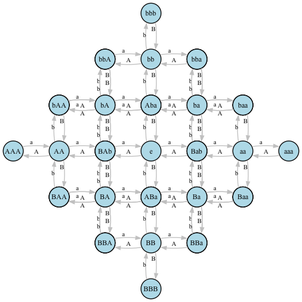
Above: graphs/f_2_(free_group)_r3.png in milly-pope/lamplighter (Graphviz), before the change. Its source is kept beside it as graphs/f_2_(free_group)_r3.dot.
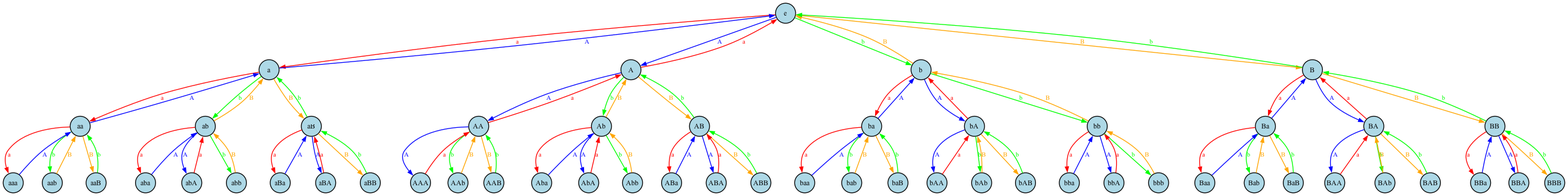
Later version of the same file.

The edit, as a diff of the source:
```diff
@@ -1,162 +1,162 @@
 digraph G {
-  layout=neato;
+  layout=dot;
+  rankdir=TB;
   node [shape=circle, style=filled, fillcolor=lightblue, width=0.35, fixedsize=true, fontsize=9];
-  edge [fontsize=8, color=gray, arrowsize=0.6];
-  v0 [label="e", pos="0.0,0.0!"];
-  v1 [label="a", pos="0.8,0.0!"];
-  v2 [label="A", pos="-0.8,0.0!"];
-  v3 [label="b", pos="0.0,0.8!"];
-  v4 [label="B", pos="0.0,-0.8!"];
-  v5 [label="aa", pos="1.6,0.0!"];
-  v6 [label="ab", pos="0.8,0.8!"];
-  v7 [label="aB", pos="0.8,-0.8!"];
-  v8 [label="AA", pos="-1.6,0.0!"];
-  v9 [label="Ab", pos="-0.8,0.8!"];
-  v10 [label="AB", pos="-0.8,-0.8!"];
-  v11 [label="ba", pos="0.8,0.8!"];
-  v12 [label="bA", pos="-0.8,0.8!"];
-  v13 [label="bb", pos="0.0,1.6!"];
-  v14 [label="Ba", pos="0.8,-0.8!"];
-  v15 [label="BA", pos="-0.8,-0.8!"];
-  v16 [label="BB", pos="0.0,-1.6!"];
-  v17 [label="aaa", pos="2.4000000000000004,0.0!"];
-  v18 [label="aab", pos="1.6,0.8!"];
-  v19 [label="aaB", pos="1.6,-0.8!"];
-  v20 [label="aba", pos="1.6,0.8!"];
-  v21 [label="abA", pos="0.0,0.8!"];
-  v22 [label="abb", pos="0.8,1.6!"];
-  v23 [label="aBa", pos="1.6,-0.8!"];
-  v24 [label="aBA", pos="0.0,-0.8!"];
-  v25 [label="aBB", pos="0.8,-1.6!"];
-  v26 [label="AAA", pos="-2.4000000000000004,0.0!"];
-  v27 [label="AAb", pos="-1.6,0.8!"];
-  v28 [label="AAB", pos="-1.6,-0.8!"];
-  v29 [label="Aba", pos="0.0,0.8!"];
-  v30 [label="AbA", pos="-1.6,0.8!"];
-  v31 [label="Abb", pos="-0.8,1.6!"];
-  v32 [label="ABa", pos="0.0,-0.8!"];
-  v33 [label="ABA", pos="-1.6,-0.8!"];
-  v34 [label="ABB", pos="-0.8,-1.6!"];
-  v35 [label="baa", pos="1.6,0.8!"];
-  v36 [label="bab", pos="0.8,1.6!"];
-  v37 [label="baB", pos="0.8,0.0!"];
-  v38 [label="bAA", pos="-1.6,0.8!"];
-  v39 [label="bAb", pos="-0.8,1.6!"];
-  v40 [label="bAB", pos="-0.8,0.0!"];
-  v41 [label="bba", pos="0.8,1.6!"];
-  v42 [label="bbA", pos="-0.8,1.6!"];
-  v43 [label="bbb", pos="0.0,2.4000000000000004!"];
-  v44 [label="Baa", pos="1.6,-0.8!"];
-  v45 [label="Bab", pos="0.8,0.0!"];
-  v46 [label="BaB", pos="0.8,-1.6!"];
-  v47 [label="BAA", pos="-1.6,-0.8!"];
-  v48 [label="BAb", pos="-0.8,0.0!"];
-  v49 [label="BAB", pos="-0.8,-1.6!"];
-  v50 [label="BBa", pos="0.8,-1.6!"];
-  v51 [label="BBA", pos="-0.8,-1.6!"];
-  v52 [label="BBB", pos="0.0,-2.4000000000000004!"];
-  v0 -> v1 [label="a"];
-  v0 -> v2 [label="A"];
-  v0 -> v3 [label="b"];
-  v0 -> v4 [label="B"];
-  v1 -> v5 [label="a"];
-  v1 -> v0 [label="A"];
-  v1 -> v6 [label="b"];
-  v1 -> v7 [label="B"];
-  v2 -> v0 [label="a"];
-  v2 -> v8 [label="A"];
-  v2 -> v9 [label="b"];
-  v2 -> v10 [label="B"];
-  v3 -> v11 [label="a"];
-  v3 -> v12 [label="A"];
-  v3 -> v13 [label="b"];
-  v3 -> v0 [label="B"];
-  v4 -> v14 [label="a"];
-  v4 -> v15 [label="A"];
-  v4 -> v0 [label="b"];
-  v4 -> v16 [label="B"];
-  v5 -> v17 [label="a"];
-  v5 -> v1 [label="A"];
-  v5 -> v18 [label="b"];
-  v5 -> v19 [label="B"];
-  v6 -> v20 [label="a"];
-  v6 -> v21 [label="A"];
-  v6 -> v22 [label="b"];
-  v6 -> v1 [label="B"];
-  v7 -> v23 [label="a"];
-  v7 -> v24 [label="A"];
-  v7 -> v1 [label="b"];
-  v7 -> v25 [label="B"];
-  v8 -> v2 [label="a"];
-  v8 -> v26 [label="A"];
-  v8 -> v27 [label="b"];
-  v8 -> v28 [label="B"];
-  v9 -> v29 [label="a"];
-  v9 -> v30 [label="A"];
-  v9 -> v31 [label="b"];
-  v9 -> v2 [label="B"];
-  v10 -> v32 [label="a"];
-  v10 -> v33 [label="A"];
-  v10 -> v2 [label="b"];
-  v10 -> v34 [label="B"];
-  v11 -> v35 [label="a"];
-  v11 -> v3 [label="A"];
-  v11 -> v36 [label="b"];
-  v11 -> v37 [label="B"];
-  v12 -> v3 [label="a"];
-  v12 -> v38 [label="A"];
-  v12 -> v39 [label="b"];
-  v12 -> v40 [label="B"];
-  v13 -> v41 [label="a"];
-  v13 -> v42 [label="A"];
-  v13 -> v43 [label="b"];
-  v13 -> v3 [label="B"];
-  v14 -> v44 [label="a"];
-  v14 -> v4 [label="A"];
-  v14 -> v45 [label="b"];
-  v14 -> v46 [label="B"];
-  v15 -> v4 [label="a"];
-  v15 -> v47 [label="A"];
-  v15 -> v48 [label="b"];
-  v15 -> v49 [label="B"];
-  v16 -> v50 [label="a"];
-  v16 -> v51 [label="A"];
-  v16 -> v4 [label="b"];
-  v16 -> v52 [label="B"];
-  v17 -> v5 [label="A"];
-  v18 -> v5 [label="B"];
-  v19 -> v5 [label="b"];
-  v20 -> v6 [label="A"];
-  v21 -> v6 [label="a"];
-  v22 -> v6 [label="B"];
-  v23 -> v7 [label="A"];
-  v24 -> v7 [label="a"];
-  v25 -> v7 [label="b"];
-  v26 -> v8 [label="a"];
-  v27 -> v8 [label="B"];
-  v28 -> v8 [label="b"];
-  v29 -> v9 [label="A"];
-  v30 -> v9 [label="a"];
-  v31 -> v9 [label="B"];
-  v32 -> v10 [label="A"];
-  v33 -> v10 [label="a"];
-  v34 -> v10 [label="b"];
-  v35 -> v11 [label="A"];
-  v36 -> v11 [label="B"];
-  v37 -> v11 [label="b"];
-  v38 -> v12 [label="a"];
-  v39 -> v12 [label="B"];
-  v40 -> v12 [label="b"];
-  v41 -> v13 [label="A"];
-  v42 -> v13 [label="a"];
-  v43 -> v13 [label="B"];
-  v44 -> v14 [label="A"];
-  v45 -> v14 [label="B"];
-  v46 -> v14 [label="b"];
-  v47 -> v15 [label="a"];
-  v48 -> v15 [label="B"];
-  v49 -> v15 [label="b"];
-  v50 -> v16 [label="A"];
-  v51 -> v16 [label="a"];
-  v52 -> v16 [label="b"];
+  v0 [label="e"];
+  v1 [label="a"];
+  v2 [label="A"];
+  v3 [label="b"];
+  v4 [label="B"];
+  v5 [label="aa"];
+  v6 [label="ab"];
+  v7 [label="aB"];
+  v8 [label="AA"];
+  v9 [label="Ab"];
+  v10 [label="AB"];
+  v11 [label="ba"];
+  v12 [label="bA"];
+  v13 [label="bb"];
+  v14 [label="Ba"];
+  v15 [label="BA"];
+  v16 [label="BB"];
+  v17 [label="aaa"];
+  v18 [label="aab"];
+  v19 [label="aaB"];
+  v20 [label="aba"];
+  v21 [label="abA"];
+  v22 [label="abb"];
+  v23 [label="aBa"];
+  v24 [label="aBA"];
+  v25 [label="aBB"];
+  v26 [label="AAA"];
+  v27 [label="AAb"];
+  v28 [label="AAB"];
+  v29 [label="Aba"];
+  v30 [label="AbA"];
+  v31 [label="Abb"];
+  v32 [label="ABa"];
+  v33 [label="ABA"];
+  v34 [label="ABB"];
+  v35 [label="baa"];
+  v36 [label="bab"];
+  v37 [label="baB"];
+  v38 [label="bAA"];
+  v39 [label="bAb"];
+  v40 [label="bAB"];
+  v41 [label="bba"];
+  v42 [label="bbA"];
+  v43 [label="bbb"];
+  v44 [label="Baa"];
+  v45 [label="Bab"];
+  v46 [label="BaB"];
+  v47 [label="BAA"];
+  v48 [label="BAb"];
+  v49 [label="BAB"];
+  v50 [label="BBa"];
+  v51 [label="BBA"];
+  v52 [label="BBB"];
+  v0 -> v1 [label="a", color=red, fontcolor=red, fontsize=8, arrowsize=0.6];
+  v0 -> v2 [label="A", color=blue, fontcolor=blue, fontsize=8, arrowsize=0.6];
+  v0 -> v3 [label="b", color=green, fontcolor=green, fontsize=8, arrowsize=0.6];
+  v0 -> v4 [label="B", color=orange, fontcolor=orange, fontsize=8, arrowsize=0.6];
+  v1 -> v5 [label="a", color=red, fontcolor=red, fontsize=8, arrowsize=0.6];
+  v1 -> v0 [label="A", color=blue, fontcolor=blue, fontsize=8, arrowsize=0.6];
+  v1 -> v6 [label="b", color=green, fontcolor=green, fontsize=8, arrowsize=0.6];
+  v1 -> v7 [label="B", color=orange, fontcolor=orange, fontsize=8, arrowsize=0.6];
+  v2 -> v0 [label="a", color=red, fontcolor=red, fontsize=8, arrowsize=0.6];
+  v2 -> v8 [label="A", color=blue, fontcolor=blue, fontsize=8, arrowsize=0.6];
+  v2 -> v9 [label="b", color=green, fontcolor=green, fontsize=8, arrowsize=0.6];
+  v2 -> v10 [label="B", color=orange, fontcolor=orange, fontsize=8, arrowsize=0.6];
+  v3 -> v11 [label="a", color=red, fontcolor=red, fontsize=8, arrowsize=0.6];
+  v3 -> v12 [label="A", color=blue, fontcolor=blue, fontsize=8, arrowsize=0.6];
+  v3 -> v13 [label="b", color=green, fontcolor=green, fontsize=8, arrowsize=0.6];
+  v3 -> v0 [label="B", color=orange, fontcolor=orange, fontsize=8, arrowsize=0.6];
+  v4 -> v14 [label="a", color=red, fontcolor=red, fontsize=8, arrowsize=0.6];
+  v4 -> v15 [label="A", color=blue, fontcolor=blue, fontsize=8, arrowsize=0.6];
+  v4 -> v0 [label="b", color=green, fontcolor=green, fontsize=8, arrowsize=0.6];
+  v4 -> v16 [label="B", color=orange, fontcolor=orange, fontsize=8, arrowsize=0.6];
+  v5 -> v17 [label="a", color=red, fontcolor=red, fontsize=8, arrowsize=0.6];
+  v5 -> v1 [label="A", color=blue, fontcolor=blue, fontsize=8, arrowsize=0.6];
+  v5 -> v18 [label="b", color=green, fontcolor=green, fontsize=8, arrowsize=0.6];
+  v5 -> v19 [label="B", color=orange, fontcolor=orange, fontsize=8, arrowsize=0.6];
+  v6 -> v20 [label="a", color=red, fontcolor=red, fontsize=8, arrowsize=0.6];
+  v6 -> v21 [label="A", color=blue, fontcolor=blue, fontsize=8, arrowsize=0.6];
+  v6 -> v22 [label="b", color=green, fontcolor=green, fontsize=8, arrowsize=0.6];
+  v6 -> v1 [label="B", color=orange, fontcolor=orange, fontsize=8, arrowsize=0.6];
+  v7 -> v23 [label="a", color=red, fontcolor=red, fontsize=8, arrowsize=0.6];
+  v7 -> v24 [label="A", color=blue, fontcolor=blue, fontsize=8, arrowsize=0.6];
+  v7 -> v1 [label="b", color=green, fontcolor=green, fontsize=8, arrowsize=0.6];
+  v7 -> v25 [label="B", color=orange, fontcolor=orange, fontsize=8, arrowsize=0.6];
+  v8 -> v2 [label="a", color=red, fontcolor=red, fontsize=8, arrowsize=0.6];
+  v8 -> v26 [label="A", color=blue, fontcolor=blue, fontsize=8, arrowsize=0.6];
+  v8 -> v27 [label="b", color=green, fontcolor=green, fontsize=8, arrowsize=0.6];
+  v8 -> v28 [label="B", color=orange, fontcolor=orange, fontsize=8, arrowsize=0.6];
+  v9 -> v29 [label="a", color=red, fontcolor=red, fontsize=8, arrowsize=0.6];
+  v9 -> v30 [label="A", color=blue, fontcolor=blue, fontsize=8, arrowsize=0.6];
+  v9 -> v31 [label="b", color=green, fontcolor=green, fontsize=8, arrowsize=0.6];
+  v9 -> v2 [label="B", color=orange, fontcolor=orange, fontsize=8, arrowsize=0.6];
+  v10 -> v32 [label="a", color=red, fontcolor=red, fontsize=8, arrowsize=0.6];
+  v10 -> v33 [label="A", color=blue, fontcolor=blue, fontsize=8, arrowsize=0.6];
+  v10 -> v2 [label="b", color=green, fontcolor=green, fontsize=8, arrowsize=0.6];
+  v10 -> v34 [label="B", color=orange, fontcolor=orange, fontsize=8, arrowsize=0.6];
+  v11 -> v35 [label="a", color=red, fontcolor=red, fontsize=8, arrowsize=0.6];
+  v11 -> v3 [label="A", color=blue, fontcolor=blue, fontsize=8, arrowsize=0.6];
+  v11 -> v36 [label="b", color=green, fontcolor=green, fontsize=8, arrowsize=0.6];
+  v11 -> v37 [label="B", color=orange, fontcolor=orange, fontsize=8, arrowsize=0.6];
+  v12 -> v3 [label="a", color=red, fontcolor=red, fontsize=8, arrowsize=0.6];
+  v12 -> v38 [label="A", color=blue, fontcolor=blue, fontsize=8, arrowsize=0.6];
+  v12 -> v39 [label="b", color=green, fontcolor=green, fontsize=8, arrowsize=0.6];
+  v12 -> v40 [label="B", color=orange, fontcolor=orange, fontsize=8, arrowsize=0.6];
+  v13 -> v41 [label="a", color=red, fontcolor=red, fontsize=8, arrowsize=0.6];
+  v13 -> v42 [label="A", color=blue, fontcolor=blue, fontsize=8, arrowsize=0.6];
+  v13 -> v43 [label="b", color=green, fontcolor=green, fontsize=8, arrowsize=0.6];
+  v13 -> v3 [label="B", color=orange, fontcolor=orange, fontsize=8, arrowsize=0.6];
+  v14 -> v44 [label="a", color=red, fontcolor=red, fontsize=8, arrowsize=0.6];
+  v14 -> v4 [label="A", color=blue, fontcolor=blue, fontsize=8, arrowsize=0.6];
+  v14 -> v45 [label="b", color=green, fontcolor=green, fontsize=8, arrowsize=0.6];
+  v14 -> v46 [label="B", color=orange, fontcolor=orange, fontsize=8, arrowsize=0.6];
+  v15 -> v4 [label="a", color=red, fontcolor=red, fontsize=8, arrowsize=0.6];
+  v15 -> v47 [label="A", color=blue, fontcolor=blue, fontsize=8, arrowsize=0.6];
+  v15 -> v48 [label="b", color=green, fontcolor=green, fontsize=8, arrowsize=0.6];
+  v15 -> v49 [label="B", color=orange, fontcolor=orange, fontsize=8, arrowsize=0.6];
+  v16 -> v50 [label="a", color=red, fontcolor=red, fontsize=8, arrowsize=0.6];
+  v16 -> v51 [label="A", color=blue, fontcolor=blue, fontsize=8, arrowsize=0.6];
+  v16 -> v4 [label="b", color=green, fontcolor=green, fontsize=8, arrowsize=0.6];
+  v16 -> v52 [label="B", color=orange, fontcolor=orange, fontsize=8, arrowsize=0.6];
+  v17 -> v5 [label="A", color=blue, fontcolor=blue, fontsize=8, arrowsize=0.6];
+  v18 -> v5 [label="B", color=orange, fontcolor=orange, fontsize=8, arrowsize=0.6];
+  v19 -> v5 [label="b", color=green, fontcolor=green, fontsize=8, arrowsize=0.6];
+  v20 -> v6 [label="A", color=blue, fontcolor=blue, fontsize=8, arrowsize=0.6];
+  v21 -> v6 [label="a", color=red, fontcolor=red, fontsize=8, arrowsize=0.6];
+  v22 -> v6 [label="B", color=orange, fontcolor=orange, fontsize=8, arrowsize=0.6];
+  v23 -> v7 [label="A", color=blue, fontcolor=blue, fontsize=8, arrowsize=0.6];
+  v24 -> v7 [label="a", color=red, fontcolor=red, fontsize=8, arrowsize=0.6];
+  v25 -> v7 [label="b", color=green, fontcolor=green, fontsize=8, arrowsize=0.6];
+  v26 -> v8 [label="a", color=red, fontcolor=red, fontsize=8, arrowsize=0.6];
+  v27 -> v8 [label="B", color=orange, fontcolor=orange, fontsize=8, arrowsize=0.6];
+  v28 -> v8 [label="b", color=green, fontcolor=green, fontsize=8, arrowsize=0.6];
+  v29 -> v9 [label="A", color=blue, fontcolor=blue, fontsize=8, arrowsize=0.6];
+  v30 -> v9 [label="a", color=red, fontcolor=red, fontsize=8, arrowsize=0.6];
+  v31 -> v9 [label="B", color=orange, fontcolor=orange, fontsize=8, arrowsize=0.6];
+  v32 -> v10 [label="A", color=blue, fontcolor=blue, fontsize=8, arrowsize=0.6];
+  v33 -> v10 [label="a", color=red, fontcolor=red, fontsize=8, arrowsize=0.6];
+  v34 -> v10 [label="b", color=green, fontcolor=green, fontsize=8, arrowsize=0.6];
+  v35 -> v11 [label="A", color=blue, fontcolor=blue, fontsize=8, arrowsize=0.6];
+  v36 -> v11 [label="B", color=orange, fontcolor=orange, fontsize=8, arrowsize=0.6];
+  v37 -> v11 [label="b", color=green, fontcolor=green, fontsize=8, arrowsize=0.6];
+  v38 -> v12 [label="a", color=red, fontcolor=red, fontsize=8, arrowsize=0.6];
+  v39 -> v12 [label="B", color=orange, fontcolor=orange, fontsize=8, arrowsize=0.6];
+  v40 -> v12 [label="b", color=green, fontcolor=green, fontsize=8, arrowsize=0.6];
+  v41 -> v13 [label="A", color=blue, fontcolor=blue, fontsize=8, arrowsize=0.6];
+  v42 -> v13 [label="a", color=red, fontcolor=red, fontsize=8, arrowsize=0.6];
+  v43 -> v13 [label="B", color=orange, fontcolor=orange, fontsize=8, arrowsize=0.6];
+  v44 -> v14 [label="A", color=blue, fontcolor=blue, fontsize=8, arrowsize=0.6];
+  v45 -> v14 [label="B", color=orange, fontcolor=orange, fontsize=8, arrowsize=0.6];
+  v46 -> v14 [label="b", color=green, fontcolor=green, fontsize=8, arrowsize=0.6];
+  v47 -> v15 [label="a", color=red, fontcolor=red, fontsize=8, arrowsize=0.6];
+  v48 -> v15 [label="B", color=orange, fontcolor=orange, fontsize=8, arrowsize=0.6];
+  v49 -> v15 [label="b", color=green, fontcolor=green, fontsize=8, arrowsize=0.6];
+  v50 -> v16 [label="A", color=blue, fontcolor=blue, fontsize=8, arrowsize=0.6];
+  v51 -> v16 [label="a", color=red, fontcolor=red, fontsize=8, arrowsize=0.6];
+  v52 -> v16 [label="b", color=green, fontcolor=green, fontsize=8, arrowsize=0.6];
 }
```
